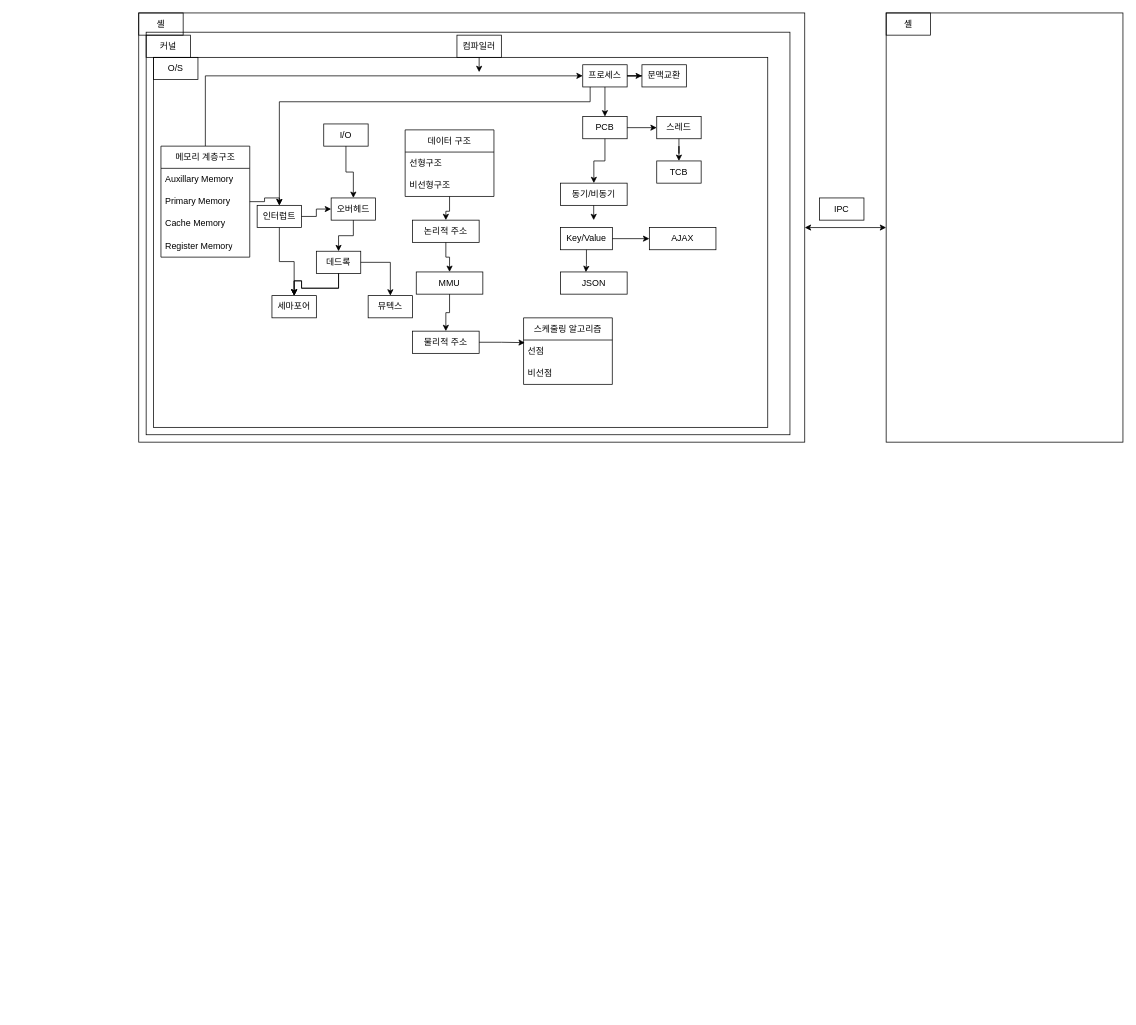
This is OS 도식화_박경연.drawio from gyparkdev/WhiteStudy, a draw.io file, before an edit. Source tidied: cells renumbered, new cells numbered last; positions are measured from the earlier drawing's top-left corner, leaving out a move shared by most shapes. Both pictures are drawn from the tidied source at 74%, with x=0, y=0 at pixel (138, 13).
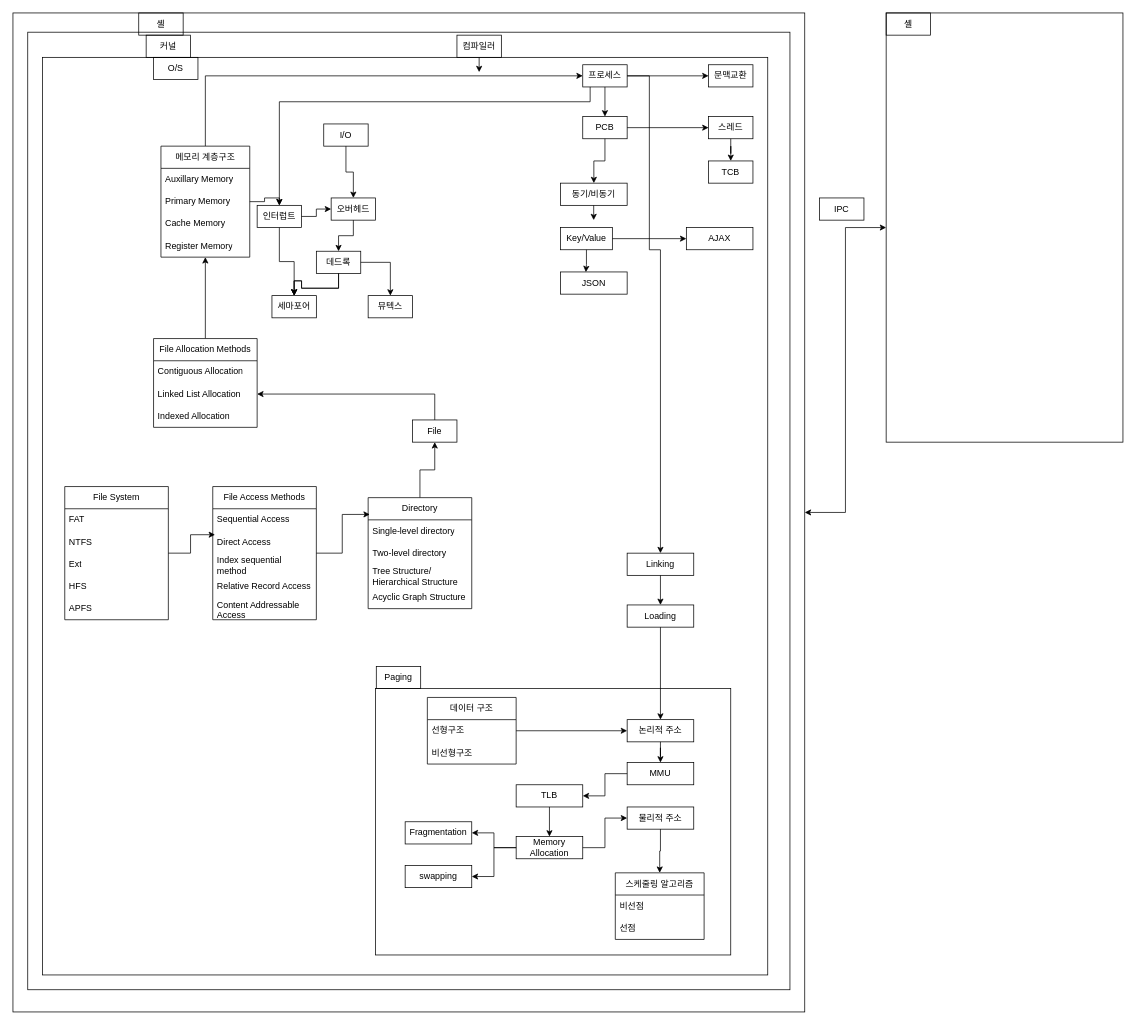
Above is the later version.

Commit message:
OS 도식화_박경연.drawio 업데이트

Unchanged cells that the change refers to:
```xml
<mxCell id="10" value="메모리 계층구조" style="swimlane;fontStyle=0;horizontal=1;startSize=30;whiteSpace=wrap;html=1;" parent="1" vertex="1">
  <mxGeometry x="30" y="180" width="120" height="150" as="geometry" />
</mxCell>
<mxCell id="35" value="프로세스" style="text;html=1;strokeColor=default;fillColor=none;align=center;verticalAlign=middle;whiteSpace=wrap;rounded=0;" parent="1" vertex="1">
  <mxGeometry x="600" y="70" width="60" height="30" as="geometry" />
</mxCell>
```

Diff of the diagram source:
```diff
@@
     <mxCell id="2" style="rounded=0;whiteSpace=wrap;html=1;" parent="1" vertex="1">
-      <mxGeometry width="900" height="580" as="geometry" />
+      <mxGeometry x="-170" width="1070" height="1350" as="geometry" />
     </mxCell>
     <mxCell id="3" style="rounded=0;whiteSpace=wrap;html=1;" parent="1" vertex="1">
-      <mxGeometry x="10" y="26" width="870" height="544" as="geometry" />
+      <mxGeometry x="-150" y="26" width="1030" height="1294" as="geometry" />
     </mxCell>
     <mxCell id="4" style="rounded=0;whiteSpace=wrap;html=1;" parent="1" vertex="1">
-      <mxGeometry x="20" y="60" width="830" height="500" as="geometry" />
+      <mxGeometry x="-130" y="60" width="980" height="1240" as="geometry" />
     </mxCell>
@@
-    <mxCell id="28" style="edgeStyle=orthogonalEdgeStyle;rounded=0;jettySize=auto;html=1;entryX=0.5;entryY=0;entryDx=0;entryDy=0;" parent="1" edge="1" source="29" target="48">
-      <mxGeometry relative="1" as="geometry" />
+    <mxCell id="28" style="edgeStyle=orthogonalEdgeStyle;rounded=0;orthogonalLoop=1;jettySize=auto;html=1;entryX=0.5;entryY=0;entryDx=0;entryDy=0;" parent="1" edge="1">
+      <mxGeometry relative="1" as="geometry">
+        <mxPoint x="420.1" y="278" as="sourcePoint" />
+      </mxGeometry>
     </mxCell>
-    <mxCell id="29" value="데이터 구조" style="swimlane;fontStyle=0;horizontal=1;startSize=30;whiteSpace=wrap;html=1;" parent="1" vertex="1">
-      <mxGeometry x="360" y="158" width="120" height="90" as="geometry" />
-    </mxCell>
-    <mxCell id="30" value="선형구조" style="text;strokeColor=none;fillColor=none;align=left;verticalAlign=middle;spacingLeft=4;spacingRight=4;overflow=hidden;points=[[0,0.5],[1,0.5]];portConstraint=eastwest;whiteSpace=wrap;html=1;" parent="29" vertex="1">
-      <mxGeometry y="30" width="120" height="30" as="geometry" />
-    </mxCell>
-    <mxCell id="31" value="비선형구조" style="text;strokeColor=none;fillColor=none;align=left;verticalAlign=middle;spacingLeft=4;spacingRight=4;overflow=hidden;whiteSpace=wrap;html=1;" parent="29" vertex="1">
-      <mxGeometry y="60" width="120" height="30" as="geometry" />
-    </mxCell>
@@
     <mxCell id="39" value="TCB" style="text;html=1;strokeColor=default;fillColor=none;align=center;verticalAlign=middle;whiteSpace=wrap;rounded=0;" parent="1" vertex="1">
-      <mxGeometry x="700" y="200" width="60" height="30" as="geometry" />
+      <mxGeometry x="770" y="200" width="60" height="30" as="geometry" />
     </mxCell>
@@
     <mxCell id="41" value="스레드" style="text;html=1;strokeColor=default;fillColor=none;align=center;verticalAlign=middle;whiteSpace=wrap;rounded=0;" parent="1" vertex="1">
-      <mxGeometry x="700" y="140" width="60" height="30" as="geometry" />
+      <mxGeometry x="770" y="140" width="60" height="30" as="geometry" />
     </mxCell>
@@
-    <mxCell id="44" value="스케줄링 알고리즘" style="swimlane;fontStyle=0;horizontal=1;startSize=30;whiteSpace=wrap;html=1;" parent="1" vertex="1">
-      <mxGeometry x="520" y="412" width="120" height="90" as="geometry" />
-    </mxCell>
-    <mxCell id="45" value="선점" style="text;strokeColor=none;fillColor=none;align=left;verticalAlign=middle;spacingLeft=4;spacingRight=4;overflow=hidden;points=[[0,0.5],[1,0.5]];portConstraint=eastwest;whiteSpace=wrap;html=1;" parent="44" vertex="1">
-      <mxGeometry y="30" width="120" height="30" as="geometry" />
-    </mxCell>
-    <mxCell id="46" value="비선점" style="text;strokeColor=none;fillColor=none;align=left;verticalAlign=middle;spacingLeft=4;spacingRight=4;overflow=hidden;whiteSpace=wrap;html=1;" parent="44" vertex="1">
-      <mxGeometry y="60" width="120" height="30" as="geometry" />
-    </mxCell>
-    <mxCell id="47" style="edgeStyle=orthogonalEdgeStyle;rounded=0;jettySize=auto;html=1;" parent="1" edge="1" source="48" target="50">
-      <mxGeometry relative="1" as="geometry" />
+    <mxCell id="47" style="edgeStyle=orthogonalEdgeStyle;rounded=0;orthogonalLoop=1;jettySize=auto;html=1;" parent="1" edge="1">
+      <mxGeometry relative="1" as="geometry">
+        <mxPoint x="415" y="340" as="sourcePoint" />
+      </mxGeometry>
     </mxCell>
-    <mxCell id="48" value="논리적 주소" style="text;html=1;strokeColor=default;fillColor=none;align=center;verticalAlign=middle;whiteSpace=wrap;rounded=0;" parent="1" vertex="1">
-      <mxGeometry x="370" y="280" width="90" height="30" as="geometry" />
-    </mxCell>
-    <mxCell id="49" style="edgeStyle=orthogonalEdgeStyle;rounded=0;jettySize=auto;html=1;" parent="1" edge="1" source="50" target="51">
-      <mxGeometry relative="1" as="geometry" />
+    <mxCell id="49" style="edgeStyle=orthogonalEdgeStyle;rounded=0;orthogonalLoop=1;jettySize=auto;html=1;" parent="1" edge="1">
+      <mxGeometry relative="1" as="geometry">
+        <mxPoint x="420.1" y="410" as="sourcePoint" />
+      </mxGeometry>
     </mxCell>
-    <mxCell id="50" value="MMU" style="text;html=1;strokeColor=default;fillColor=none;align=center;verticalAlign=middle;whiteSpace=wrap;rounded=0;" parent="1" vertex="1">
-      <mxGeometry x="375" y="350" width="90" height="30" as="geometry" />
-    </mxCell>
-    <mxCell id="51" value="물리적 주소" style="text;html=1;strokeColor=default;fillColor=none;align=center;verticalAlign=middle;whiteSpace=wrap;rounded=0;" parent="1" vertex="1">
-      <mxGeometry x="370" y="430" width="90" height="30" as="geometry" />
-    </mxCell>
@@
     <mxCell id="55" value="AJAX" style="text;html=1;strokeColor=default;fillColor=none;align=center;verticalAlign=middle;whiteSpace=wrap;rounded=0;" parent="1" vertex="1">
-      <mxGeometry x="690" y="290" width="90" height="30" as="geometry" />
+      <mxGeometry x="740" y="290" width="90" height="30" as="geometry" />
     </mxCell>
@@
-    <mxCell id="57" style="edgeStyle=orthogonalEdgeStyle;rounded=0;jettySize=auto;html=1;entryX=0.015;entryY=0.118;entryDx=0;entryDy=0;entryPerimeter=0;" parent="1" edge="1" source="51" target="45">
-      <mxGeometry relative="1" as="geometry" />
-    </mxCell>
@@
     <mxCell id="62" value="문맥교환" style="text;html=1;strokeColor=default;fillColor=none;align=center;verticalAlign=middle;whiteSpace=wrap;rounded=0;" parent="1" vertex="1">
-      <mxGeometry x="680" y="70" width="60" height="30" as="geometry" />
+      <mxGeometry x="770" y="70" width="60" height="30" as="geometry" />
     </mxCell>
@@
+    <mxCell id="65" style="edgeStyle=orthogonalEdgeStyle;rounded=0;jettySize=auto;html=1;entryX=0.5;entryY=0;entryDx=0;entryDy=0;" parent="1" edge="1" source="50" target="51">
+      <mxGeometry relative="1" as="geometry" />
+    </mxCell>
+    <mxCell id="66" style="rounded=0;whiteSpace=wrap;html=1;" parent="1" vertex="1">
+      <mxGeometry x="320" y="913" width="480" height="360" as="geometry" />
+    </mxCell>
+    <mxCell id="44" value="스케줄링 알고리즘" style="swimlane;fontStyle=0;horizontal=1;startSize=30;whiteSpace=wrap;html=1;" parent="1" vertex="1">
+      <mxGeometry x="644" y="1162" width="120" height="90" as="geometry" />
+    </mxCell>
+    <mxCell id="46" value="비선점" style="text;strokeColor=none;fillColor=none;align=left;verticalAlign=middle;spacingLeft=4;spacingRight=4;overflow=hidden;whiteSpace=wrap;html=1;" parent="44" vertex="1">
+      <mxGeometry y="30" width="120" height="30" as="geometry" />
+    </mxCell>
+    <mxCell id="45" value="선점" style="text;strokeColor=none;fillColor=none;align=left;verticalAlign=middle;spacingLeft=4;spacingRight=4;overflow=hidden;points=[[0,0.5],[1,0.5]];portConstraint=eastwest;whiteSpace=wrap;html=1;" parent="44" vertex="1">
+      <mxGeometry y="60" width="120" height="30" as="geometry" />
+    </mxCell>
+    <mxCell id="67" value="Fragmentation" style="text;html=1;strokeColor=default;fillColor=none;align=center;verticalAlign=middle;whiteSpace=wrap;rounded=0;" parent="1" vertex="1">
+      <mxGeometry x="360" y="1093" width="90" height="30" as="geometry" />
+    </mxCell>
+    <mxCell id="68" style="edgeStyle=orthogonalEdgeStyle;rounded=0;jettySize=auto;html=1;entryX=1;entryY=0.5;entryDx=0;entryDy=0;" parent="1" edge="1" source="70" target="67">
+      <mxGeometry relative="1" as="geometry" />
+    </mxCell>
+    <mxCell id="69" style="edgeStyle=orthogonalEdgeStyle;rounded=0;jettySize=auto;html=1;entryX=1;entryY=0.5;entryDx=0;entryDy=0;" parent="1" edge="1" source="70" target="72">
+      <mxGeometry relative="1" as="geometry" />
+    </mxCell>
+    <mxCell id="70" value="Memory Allocation" style="text;html=1;strokeColor=default;fillColor=none;align=center;verticalAlign=middle;whiteSpace=wrap;rounded=0;" parent="1" vertex="1">
+      <mxGeometry x="510" y="1113" width="90" height="30" as="geometry" />
+    </mxCell>
+    <mxCell id="71" value="TLB" style="text;html=1;strokeColor=default;fillColor=none;align=center;verticalAlign=middle;whiteSpace=wrap;rounded=0;" parent="1" vertex="1">
+      <mxGeometry x="510" y="1043" width="90" height="30" as="geometry" />
+    </mxCell>
+    <mxCell id="72" value="swapping" style="text;html=1;strokeColor=default;fillColor=none;align=center;verticalAlign=middle;whiteSpace=wrap;rounded=0;" parent="1" vertex="1">
+      <mxGeometry x="360" y="1152" width="90" height="30" as="geometry" />
+    </mxCell>
+    <mxCell id="50" value="MMU" style="text;html=1;strokeColor=default;fillColor=none;align=center;verticalAlign=middle;whiteSpace=wrap;rounded=0;" parent="1" vertex="1">
+      <mxGeometry x="660" y="1013" width="90" height="30" as="geometry" />
+    </mxCell>
+    <mxCell id="51" value="물리적 주소" style="text;html=1;strokeColor=default;fillColor=none;align=center;verticalAlign=middle;whiteSpace=wrap;rounded=0;" parent="1" vertex="1">
+      <mxGeometry x="660" y="1073" width="90" height="30" as="geometry" />
+    </mxCell>
+    <mxCell id="73" style="edgeStyle=orthogonalEdgeStyle;rounded=0;jettySize=auto;html=1;entryX=0.5;entryY=0;entryDx=0;entryDy=0;" parent="1" edge="1" source="48" target="50">
+      <mxGeometry relative="1" as="geometry" />
+    </mxCell>
+    <mxCell id="74" style="edgeStyle=orthogonalEdgeStyle;rounded=0;jettySize=auto;html=1;entryX=0.5;entryY=0;entryDx=0;entryDy=0;" parent="1" edge="1" source="71" target="70">
+      <mxGeometry relative="1" as="geometry" />
+    </mxCell>
+    <mxCell id="75" style="edgeStyle=orthogonalEdgeStyle;rounded=0;jettySize=auto;html=1;entryX=0.5;entryY=0;entryDx=0;entryDy=0;" parent="1" edge="1" source="51" target="44">
+      <mxGeometry relative="1" as="geometry" />
+    </mxCell>
+    <mxCell id="76" style="edgeStyle=orthogonalEdgeStyle;rounded=0;jettySize=auto;html=1;entryX=0;entryY=0.5;entryDx=0;entryDy=0;" parent="1" edge="1" source="70" target="51">
+      <mxGeometry relative="1" as="geometry" />
+    </mxCell>
+    <mxCell id="77" style="edgeStyle=orthogonalEdgeStyle;rounded=0;jettySize=auto;html=1;entryX=1;entryY=0.5;entryDx=0;entryDy=0;" parent="1" edge="1" source="50" target="71">
+      <mxGeometry relative="1" as="geometry" />
+    </mxCell>
+    <mxCell id="78" style="edgeStyle=orthogonalEdgeStyle;rounded=0;jettySize=auto;html=1;" parent="1" edge="1" source="35" target="80">
+      <mxGeometry relative="1" as="geometry">
+        <Array as="points">
+          <mxPoint x="690" y="85" />
+          <mxPoint x="690" y="320" />
+          <mxPoint x="705" y="320" />
+        </Array>
+      </mxGeometry>
+    </mxCell>
+    <mxCell id="79" style="edgeStyle=orthogonalEdgeStyle;rounded=0;jettySize=auto;html=1;" parent="1" edge="1" source="80" target="82">
+      <mxGeometry relative="1" as="geometry" />
+    </mxCell>
+    <mxCell id="80" value="Linking" style="text;html=1;strokeColor=default;fillColor=none;align=center;verticalAlign=middle;whiteSpace=wrap;rounded=0;" parent="1" vertex="1">
+      <mxGeometry x="660" y="730" width="90" height="30" as="geometry" />
+    </mxCell>
+    <mxCell id="81" style="edgeStyle=orthogonalEdgeStyle;rounded=0;jettySize=auto;html=1;entryX=0.5;entryY=0;entryDx=0;entryDy=0;" parent="1" edge="1" source="82" target="48">
+      <mxGeometry relative="1" as="geometry" />
+    </mxCell>
+    <mxCell id="82" value="Loading" style="text;html=1;strokeColor=default;fillColor=none;align=center;verticalAlign=middle;whiteSpace=wrap;rounded=0;" parent="1" vertex="1">
+      <mxGeometry x="660" y="800" width="90" height="30" as="geometry" />
+    </mxCell>
+    <mxCell id="48" value="논리적 주소" style="text;html=1;strokeColor=default;fillColor=none;align=center;verticalAlign=middle;whiteSpace=wrap;rounded=0;" parent="1" vertex="1">
+      <mxGeometry x="660" y="955" width="90" height="30" as="geometry" />
+    </mxCell>
+    <mxCell id="29" value="데이터 구조" style="swimlane;fontStyle=0;horizontal=1;startSize=30;whiteSpace=wrap;html=1;" parent="1" vertex="1">
+      <mxGeometry x="390" y="925" width="120" height="90" as="geometry" />
+    </mxCell>
+    <mxCell id="30" value="선형구조" style="text;strokeColor=none;fillColor=none;align=left;verticalAlign=middle;spacingLeft=4;spacingRight=4;overflow=hidden;points=[[0,0.5],[1,0.5]];portConstraint=eastwest;whiteSpace=wrap;html=1;" parent="29" vertex="1">
+      <mxGeometry y="30" width="120" height="30" as="geometry" />
+    </mxCell>
+    <mxCell id="31" value="비선형구조" style="text;strokeColor=none;fillColor=none;align=left;verticalAlign=middle;spacingLeft=4;spacingRight=4;overflow=hidden;whiteSpace=wrap;html=1;" parent="29" vertex="1">
+      <mxGeometry y="60" width="120" height="30" as="geometry" />
+    </mxCell>
+    <mxCell id="83" style="edgeStyle=orthogonalEdgeStyle;rounded=0;jettySize=auto;html=1;" parent="1" edge="1" source="30" target="48">
+      <mxGeometry relative="1" as="geometry" />
+    </mxCell>
+    <mxCell id="84" value="Paging" style="text;html=1;strokeColor=default;fillColor=none;align=center;verticalAlign=middle;whiteSpace=wrap;rounded=0;" parent="1" vertex="1">
+      <mxGeometry x="321" y="883" width="60" height="30" as="geometry" />
+    </mxCell>
+    <mxCell id="85" style="edgeStyle=orthogonalEdgeStyle;rounded=0;jettySize=auto;html=1;entryX=1;entryY=0.5;entryDx=0;entryDy=0;" parent="1" edge="1" source="86" target="110">
+      <mxGeometry relative="1" as="geometry" />
+    </mxCell>
+    <mxCell id="86" value="File" style="text;html=1;strokeColor=default;fillColor=none;align=center;verticalAlign=middle;whiteSpace=wrap;rounded=0;" parent="1" vertex="1">
+      <mxGeometry x="370" y="550" width="60" height="30" as="geometry" />
+    </mxCell>
+    <mxCell id="87" value="File System" style="swimlane;fontStyle=0;horizontal=1;startSize=30;whiteSpace=wrap;html=1;" parent="1" vertex="1">
+      <mxGeometry x="-100" y="640" width="140" height="180" as="geometry" />
+    </mxCell>
+    <mxCell id="88" value="FAT" style="text;strokeColor=none;fillColor=none;align=left;verticalAlign=middle;spacingLeft=4;spacingRight=4;overflow=hidden;whiteSpace=wrap;html=1;" parent="87" vertex="1">
+      <mxGeometry y="30" width="140" height="30" as="geometry" />
+    </mxCell>
+    <mxCell id="89" value="NTFS&amp;nbsp;" style="text;strokeColor=none;fillColor=none;align=left;verticalAlign=middle;spacingLeft=4;spacingRight=4;overflow=hidden;whiteSpace=wrap;html=1;" parent="87" vertex="1">
+      <mxGeometry y="60" width="140" height="30" as="geometry" />
+    </mxCell>
+    <mxCell id="90" value="Ext" style="text;strokeColor=none;fillColor=none;align=left;verticalAlign=middle;spacingLeft=4;spacingRight=4;overflow=hidden;whiteSpace=wrap;html=1;" parent="87" vertex="1">
+      <mxGeometry y="90" width="140" height="30" as="geometry" />
+    </mxCell>
+    <mxCell id="91" value="HFS" style="text;strokeColor=none;fillColor=none;align=left;verticalAlign=middle;spacingLeft=4;spacingRight=4;overflow=hidden;whiteSpace=wrap;html=1;" parent="87" vertex="1">
+      <mxGeometry y="120" width="140" height="30" as="geometry" />
+    </mxCell>
+    <mxCell id="92" value="APFS" style="text;strokeColor=none;fillColor=none;align=left;verticalAlign=middle;spacingLeft=4;spacingRight=4;overflow=hidden;whiteSpace=wrap;html=1;" parent="87" vertex="1">
+      <mxGeometry y="150" width="140" height="30" as="geometry" />
+    </mxCell>
+    <mxCell id="93" value="File Access&amp;nbsp;Methods" style="swimlane;fontStyle=0;horizontal=1;startSize=30;whiteSpace=wrap;html=1;" parent="1" vertex="1">
+      <mxGeometry x="100" y="640" width="140" height="180" as="geometry" />
+    </mxCell>
+    <mxCell id="94" value="Sequential Access" style="text;strokeColor=none;fillColor=none;align=left;verticalAlign=middle;spacingLeft=4;spacingRight=4;overflow=hidden;whiteSpace=wrap;html=1;" parent="93" vertex="1">
+      <mxGeometry y="30" width="140" height="30" as="geometry" />
+    </mxCell>
+    <mxCell id="95" value="Direct Access" style="text;strokeColor=none;fillColor=none;align=left;verticalAlign=middle;spacingLeft=4;spacingRight=4;overflow=hidden;points=[[0,0.5],[1,0.5]];portConstraint=eastwest;whiteSpace=wrap;html=1;" parent="93" vertex="1">
+      <mxGeometry y="60" width="140" height="30" as="geometry" />
+    </mxCell>
+    <mxCell id="96" value="Index sequential method" style="text;strokeColor=none;fillColor=none;align=left;verticalAlign=middle;spacingLeft=4;spacingRight=4;overflow=hidden;whiteSpace=wrap;html=1;" parent="93" vertex="1">
+      <mxGeometry y="90" width="140" height="30" as="geometry" />
+    </mxCell>
+    <mxCell id="97" value="Relative Record Access" style="text;strokeColor=none;fillColor=none;align=left;verticalAlign=middle;spacingLeft=4;spacingRight=4;overflow=hidden;whiteSpace=wrap;html=1;" parent="93" vertex="1">
+      <mxGeometry y="120" width="140" height="30" as="geometry" />
+    </mxCell>
+    <mxCell id="98" value="Content Addressable Access" style="text;strokeColor=none;fillColor=none;align=left;verticalAlign=middle;spacingLeft=4;spacingRight=4;overflow=hidden;whiteSpace=wrap;html=1;" parent="93" vertex="1">
+      <mxGeometry y="150" width="140" height="30" as="geometry" />
+    </mxCell>
+    <mxCell id="99" style="edgeStyle=orthogonalEdgeStyle;rounded=0;jettySize=auto;html=1;entryX=0.022;entryY=0.169;entryDx=0;entryDy=0;entryPerimeter=0;" parent="1" edge="1" source="87" target="95">
+      <mxGeometry relative="1" as="geometry" />
+    </mxCell>
+    <mxCell id="100" style="edgeStyle=orthogonalEdgeStyle;rounded=0;jettySize=auto;html=1;" parent="1" edge="1" source="101" target="86">
+      <mxGeometry relative="1" as="geometry" />
+    </mxCell>
+    <mxCell id="101" value="Directory" style="swimlane;fontStyle=0;horizontal=1;startSize=30;whiteSpace=wrap;html=1;" parent="1" vertex="1">
+      <mxGeometry x="310" y="655" width="140" height="150" as="geometry" />
+    </mxCell>
+    <mxCell id="102" value="Single-level directory" style="text;strokeColor=none;fillColor=none;align=left;verticalAlign=middle;spacingLeft=4;spacingRight=4;overflow=hidden;whiteSpace=wrap;html=1;" parent="101" vertex="1">
+      <mxGeometry y="30" width="140" height="30" as="geometry" />
+    </mxCell>
+    <mxCell id="103" value="Two-level directory" style="text;strokeColor=none;fillColor=none;align=left;verticalAlign=middle;spacingLeft=4;spacingRight=4;overflow=hidden;whiteSpace=wrap;html=1;" parent="101" vertex="1">
+      <mxGeometry y="60" width="140" height="30" as="geometry" />
+    </mxCell>
+    <mxCell id="104" value="Tree Structure/ Hierarchical Structure" style="text;strokeColor=none;fillColor=none;align=left;verticalAlign=middle;spacingLeft=4;spacingRight=4;overflow=hidden;whiteSpace=wrap;html=1;" parent="101" vertex="1">
+      <mxGeometry y="90" width="140" height="30" as="geometry" />
+    </mxCell>
+    <mxCell id="105" value="Acyclic Graph Structure" style="text;strokeColor=none;fillColor=none;align=left;verticalAlign=middle;spacingLeft=4;spacingRight=4;overflow=hidden;whiteSpace=wrap;html=1;" parent="101" vertex="1">
+      <mxGeometry y="120" width="140" height="30" as="geometry" />
+    </mxCell>
+    <mxCell id="106" style="edgeStyle=orthogonalEdgeStyle;rounded=0;jettySize=auto;html=1;entryX=0.016;entryY=0.151;entryDx=0;entryDy=0;entryPerimeter=0;" parent="1" edge="1" source="93" target="101">
+      <mxGeometry relative="1" as="geometry" />
+    </mxCell>
+    <mxCell id="107" style="edgeStyle=orthogonalEdgeStyle;rounded=0;jettySize=auto;html=1;" parent="1" edge="1" source="108" target="10">
+      <mxGeometry relative="1" as="geometry" />
+    </mxCell>
+    <mxCell id="108" value="File Allocation Methods" style="swimlane;fontStyle=0;horizontal=1;startSize=30;whiteSpace=wrap;html=1;" parent="1" vertex="1">
+      <mxGeometry x="20" y="440" width="140" height="120" as="geometry" />
+    </mxCell>
+    <mxCell id="109" value="Contiguous Allocation" style="text;strokeColor=none;fillColor=none;align=left;verticalAlign=middle;spacingLeft=4;spacingRight=4;overflow=hidden;whiteSpace=wrap;html=1;" parent="108" vertex="1">
+      <mxGeometry y="30" width="140" height="30" as="geometry" />
+    </mxCell>
+    <mxCell id="110" value="Linked List Allocation" style="text;strokeColor=none;fillColor=none;align=left;verticalAlign=middle;spacingLeft=4;spacingRight=4;overflow=hidden;points=[[0,0.5],[1,0.5]];portConstraint=eastwest;whiteSpace=wrap;html=1;" parent="108" vertex="1">
+      <mxGeometry y="60" width="140" height="30" as="geometry" />
+    </mxCell>
+    <mxCell id="111" value="Indexed Allocation" style="text;strokeColor=none;fillColor=none;align=left;verticalAlign=middle;spacingLeft=4;spacingRight=4;overflow=hidden;whiteSpace=wrap;html=1;" parent="108" vertex="1">
+      <mxGeometry y="90" width="140" height="30" as="geometry" />
+    </mxCell>
```
